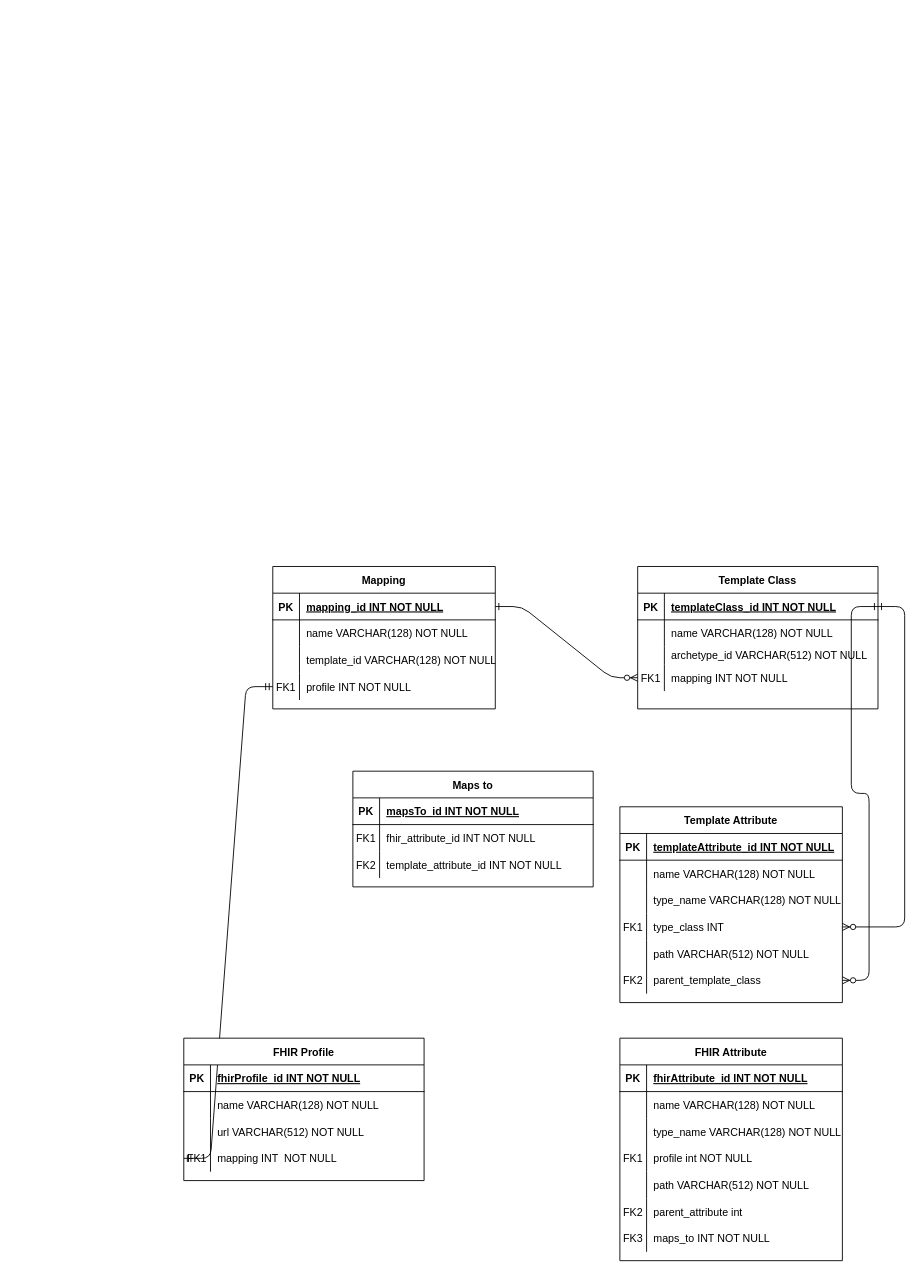
Above: ER.drawio in jsachau/drawio (draw.io), before the change. Source tidied: cells renumbered, new cells numbered last; positions are measured from the earlier drawing's top-left corner, leaving out a move shared by most shapes. Both pictures are drawn from the tidied source at 89%, with x=0, y=0 at pixel (183, 566).
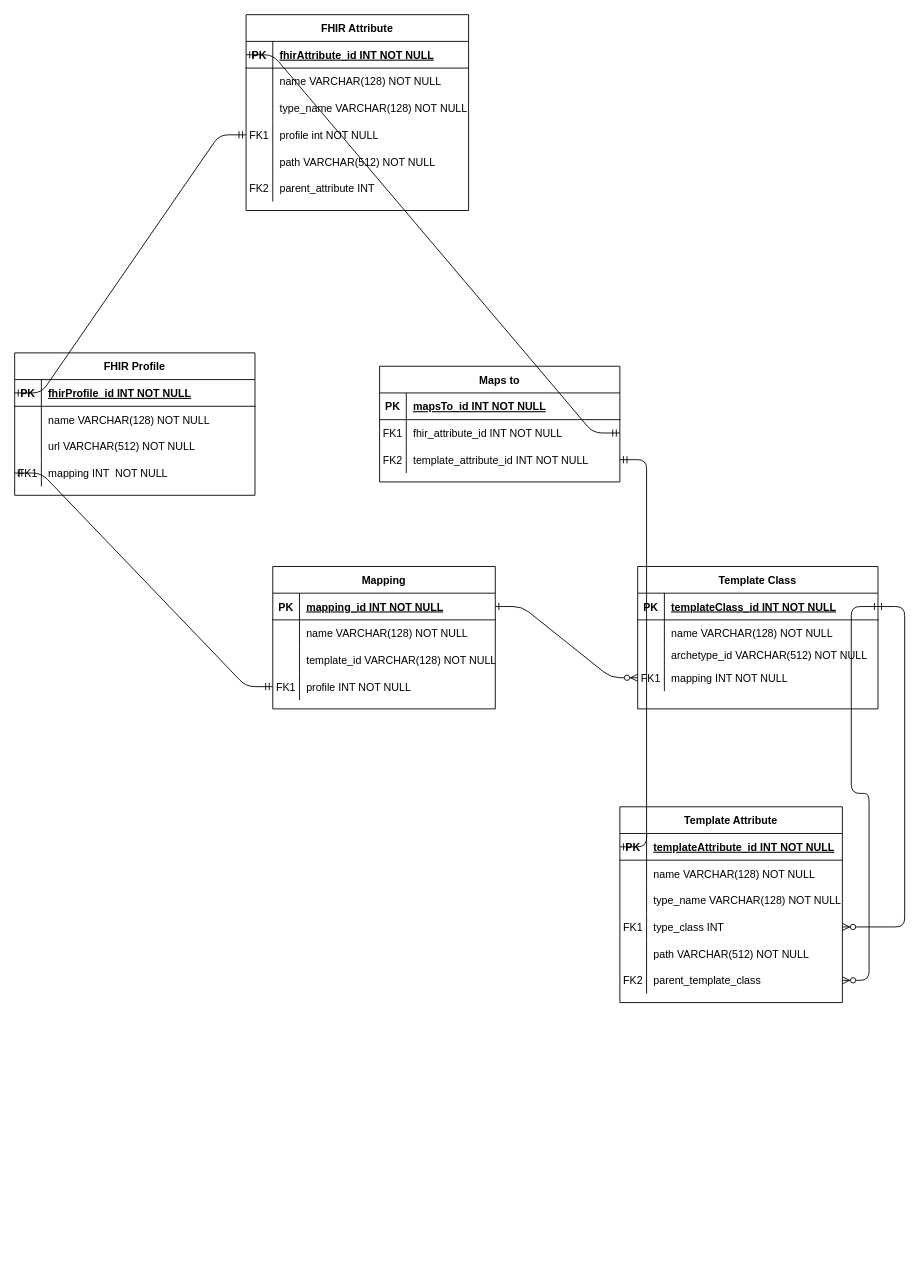
After the change.

The change refers to these unchanged cells:
```xml
<mxCell id="19" style="shape=partialRectangle;fillColor=none;points=[[0,0.5],[1,0.5]];portConstraint=eastwest;top=0;left=0;right=0;bottom=1;" parent="18" vertex="1">
  <mxGeometry y="30" width="250" height="30" as="geometry" />
</mxCell>
<mxCell id="52" style="shape=partialRectangle;fillColor=none;points=[[0,0.5],[1,0.5]];portConstraint=eastwest;top=0;left=0;right=0;bottom=1;" parent="51" vertex="1">
  <mxGeometry y="30" width="270" height="30" as="geometry" />
</mxCell>
<mxCell id="65" style="shape=partialRectangle;fillColor=none;points=[[0,0.5],[1,0.5]];portConstraint=eastwest;top=0;left=0;right=0;bottom=1;" parent="64" vertex="1">
  <mxGeometry y="30" width="250" height="30" as="geometry" />
</mxCell>
<mxCell id="74" style="shape=partialRectangle;fillColor=none;points=[[0,0.5],[1,0.5]];portConstraint=eastwest;top=0;left=0;right=0;bottom=0;" parent="64" vertex="1">
  <mxGeometry y="120" width="250" height="30" as="geometry" />
</mxCell>
<mxCell id="80" style="shape=partialRectangle;fillColor=none;top=0;left=0;right=0;bottom=0;" parent="64" vertex="1">
  <mxGeometry y="180" width="250" height="30" as="geometry" />
</mxCell>
<mxCell id="90" style="shape=partialRectangle;fillColor=none;points=[[0,0.5],[1,0.5]];portConstraint=eastwest;top=0;left=0;right=0;bottom=0;" parent="86" vertex="1">
  <mxGeometry y="60" width="270" height="30" as="geometry" />
</mxCell>
<mxCell id="93" style="shape=partialRectangle;fillColor=none;points=[[0,0.5],[1,0.5]];portConstraint=eastwest;top=0;left=0;right=0;bottom=0;" parent="86" vertex="1">
  <mxGeometry y="90" width="270" height="30" as="geometry" />
</mxCell>
```

Change to the diagram source:
```diff
@@
     <mxCell id="51" value="FHIR Profile" style="shape=table;startSize=30;childLayout=tableLayout;rowLines=0;fontStyle=1;align=center;" parent="1" vertex="1">
-      <mxGeometry y="530" width="270" height="160" as="geometry" />
+      <mxGeometry x="-190" y="-240" width="270" height="160" as="geometry" />
     </mxCell>
@@
     <mxCell id="64" value="FHIR Attribute" style="shape=table;startSize=30;childLayout=tableLayout;rowLines=0;fontStyle=1;align=center;" parent="1" vertex="1">
-      <mxGeometry x="490" y="530" width="250" height="250" as="geometry" />
+      <mxGeometry x="70" y="-620" width="250" height="220" as="geometry" />
     </mxCell>
@@
-    <mxCell id="82" value="parent_attribute int " style="shape=partialRectangle;overflow=hidden;fillColor=none;top=0;left=0;bottom=0;right=0;align=left;spacingLeft=6;labelBorderColor=none;" parent="80" vertex="1">
+    <mxCell id="82" value="parent_attribute INT " style="shape=partialRectangle;overflow=hidden;fillColor=none;top=0;left=0;bottom=0;right=0;align=left;spacingLeft=6;labelBorderColor=none;" parent="80" vertex="1">
       <mxGeometry x="30" width="220" height="30" as="geometry" />
     </mxCell>
-    <mxCell id="83" style="shape=partialRectangle;fillColor=none;top=0;left=0;right=0;bottom=0;" parent="64" vertex="1">
-      <mxGeometry y="210" width="250" height="30" as="geometry" />
-    </mxCell>
-    <mxCell id="84" value="FK3" style="shape=partialRectangle;overflow=hidden;fillColor=none;top=0;left=0;bottom=0;right=0;" parent="83" vertex="1">
-      <mxGeometry width="30" height="30" as="geometry" />
-    </mxCell>
-    <mxCell id="85" value="maps_to INT NOT NULL" style="shape=partialRectangle;overflow=hidden;fillColor=none;top=0;left=0;bottom=0;right=0;align=left;spacingLeft=6;labelBorderColor=none;" parent="83" vertex="1">
-      <mxGeometry x="30" width="220" height="30" as="geometry" />
-    </mxCell>
     <mxCell id="86" value="Maps to" style="shape=table;startSize=30;childLayout=tableLayout;rowLines=0;fontStyle=1;align=center;" parent="1" vertex="1">
-      <mxGeometry x="190" y="230" width="270" height="130" as="geometry" />
+      <mxGeometry x="220" y="-225" width="270" height="130" as="geometry" />
     </mxCell>
@@
+    <mxCell id="96" style="edgeStyle=entityRelationEdgeStyle;fontSize=12;html=1;endArrow=ERmandOne;startArrow=ERmandOne;entryX=0;entryY=0.5;entryDx=0;entryDy=0;exitX=1;exitY=0.5;exitDx=0;exitDy=0;" parent="1" edge="1" source="93" target="19">
+      <mxGeometry relative="1" as="geometry" />
+    </mxCell>
+    <mxCell id="97" style="edgeStyle=entityRelationEdgeStyle;fontSize=12;html=1;endArrow=ERmandOne;startArrow=ERmandOne;entryX=1;entryY=0.5;entryDx=0;entryDy=0;exitX=0;exitY=0.5;exitDx=0;exitDy=0;" parent="1" edge="1" source="65" target="90">
+      <mxGeometry relative="1" as="geometry" />
+    </mxCell>
+    <mxCell id="98" style="edgeStyle=entityRelationEdgeStyle;fontSize=12;html=1;endArrow=ERmandOne;startArrow=ERmandOne;strokeColor=#000000;entryX=0;entryY=0.5;entryDx=0;entryDy=0;exitX=0;exitY=0.5;exitDx=0;exitDy=0;" parent="1" edge="1" source="52" target="74">
+      <mxGeometry relative="1" as="geometry" />
+    </mxCell>
```
